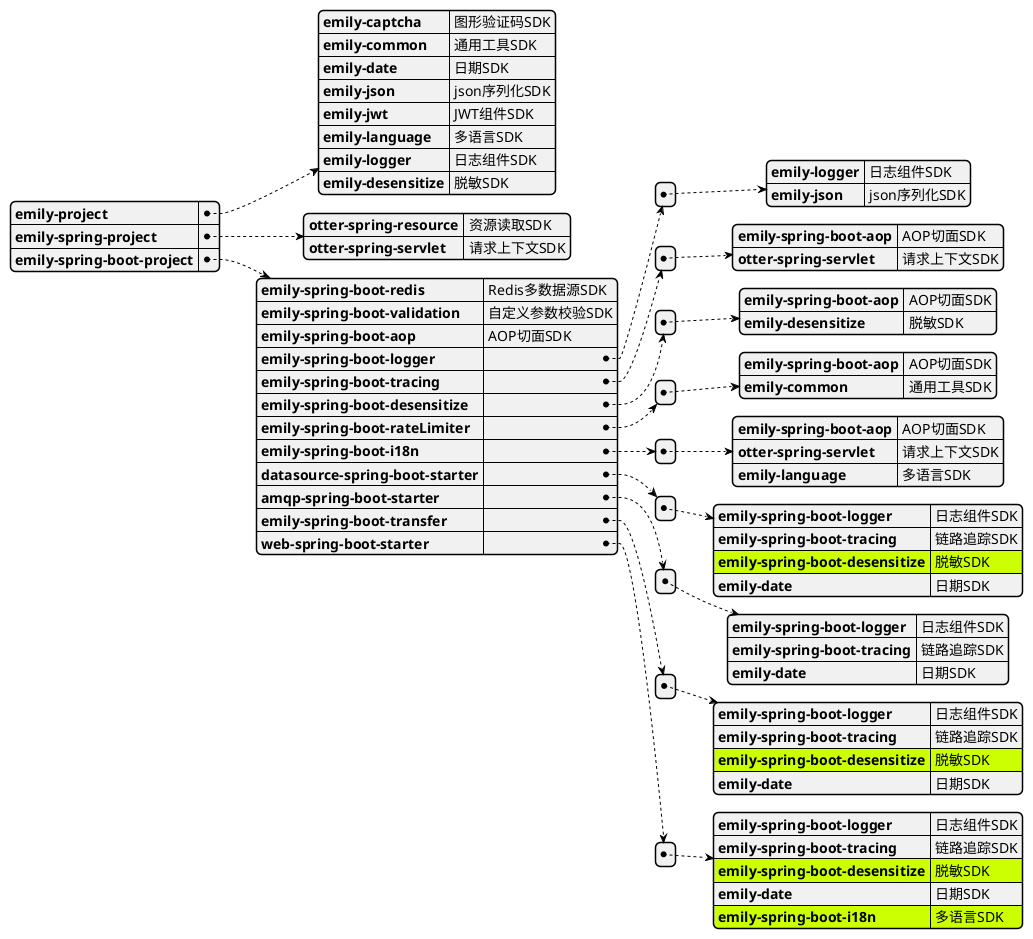
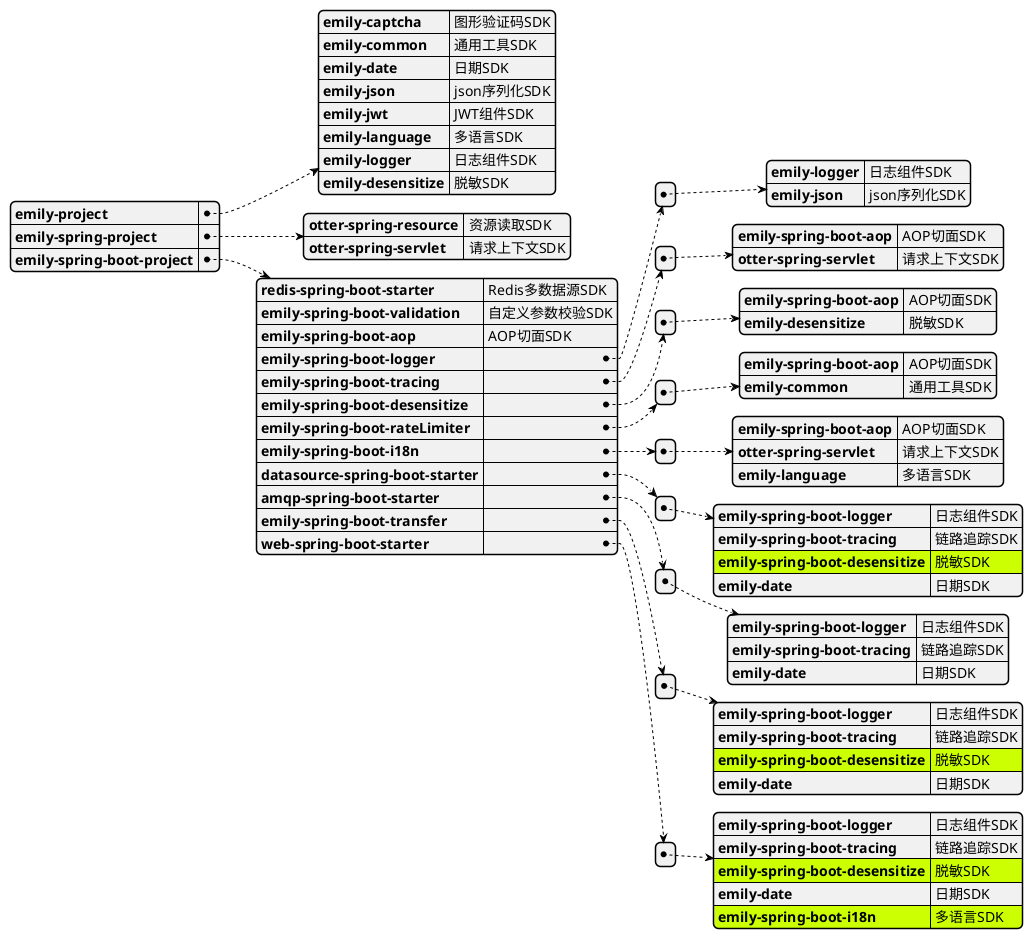
@startjson
#highlight "emily-spring-boot-project" / "datasource-spring-boot-starter" / "0" /"emily-spring-boot-desensitize"
#highlight "emily-spring-boot-project" / "emily-spring-boot-transfer" / "0" /"emily-spring-boot-desensitize"
#highlight "emily-spring-boot-project" / "web-spring-boot-starter" / "0" /"emily-spring-boot-desensitize"
#highlight "emily-spring-boot-project" / "web-spring-boot-starter" / "0" /"emily-spring-boot-i18n"
{
"emily-project":
  {
  "emily-captcha": "图形验证码SDK",
  "emily-common": "通用工具SDK",
  "emily-date": "日期SDK",
  "emily-json": "json序列化SDK",
  "emily-jwt": "JWT组件SDK",
  "emily-language": "多语言SDK",
  "emily-logger":"日志组件SDK",
  "emily-desensitize":"脱敏SDK"
  },
"emily-spring-project":
 {
 "otter-spring-resource": "资源读取SDK",
 "otter-spring-servlet":"请求上下文SDK"
 },
"emily-spring-boot-project":
  {
-   "emily-spring-boot-redis": "Redis多数据源SDK",
+   "redis-spring-boot-starter": "Redis多数据源SDK",
  "emily-spring-boot-validation": "自定义参数校验SDK",
  "emily-spring-boot-aop": "AOP切面SDK",
  "emily-spring-boot-logger": [{
        "emily-logger":"日志组件SDK",
        "emily-json":"json序列化SDK"
  }],
  "emily-spring-boot-tracing": [{
        "emily-spring-boot-aop":"AOP切面SDK",
        "otter-spring-servlet":"请求上下文SDK"
  }],
  "emily-spring-boot-desensitize": [{
        "emily-spring-boot-aop":"AOP切面SDK",
        "emily-desensitize":"脱敏SDK"
  }],
  "emily-spring-boot-rateLimiter": [{
        "emily-spring-boot-aop":"AOP切面SDK",
        "emily-common":"通用工具SDK"
  }],
  "emily-spring-boot-i18n": [{
        "emily-spring-boot-aop":"AOP切面SDK",
        "otter-spring-servlet":"请求上下文SDK",
        "emily-language":"多语言SDK"
  }],
  "datasource-spring-boot-starter": [{
        "emily-spring-boot-logger":"日志组件SDK",
        "emily-spring-boot-tracing":"链路追踪SDK",
        "emily-spring-boot-desensitize":"脱敏SDK",
        "emily-date":"日期SDK"
  }],
  "amqp-spring-boot-starter": [{
        "emily-spring-boot-logger":"日志组件SDK",
        "emily-spring-boot-tracing":"链路追踪SDK",
        "emily-date":"日期SDK"
  }],
  "emily-spring-boot-transfer": [{
          "emily-spring-boot-logger":"日志组件SDK",
          "emily-spring-boot-tracing":"链路追踪SDK",
          "emily-spring-boot-desensitize":"脱敏SDK",
          "emily-date":"日期SDK"
  }],
  "web-spring-boot-starter": [{
           "emily-spring-boot-logger":"日志组件SDK",
           "emily-spring-boot-tracing":"链路追踪SDK",
           "emily-spring-boot-desensitize":"脱敏SDK",
           "emily-date":"日期SDK",
           "emily-spring-boot-i18n":"多语言SDK"
  }]
  }
}
@endjson